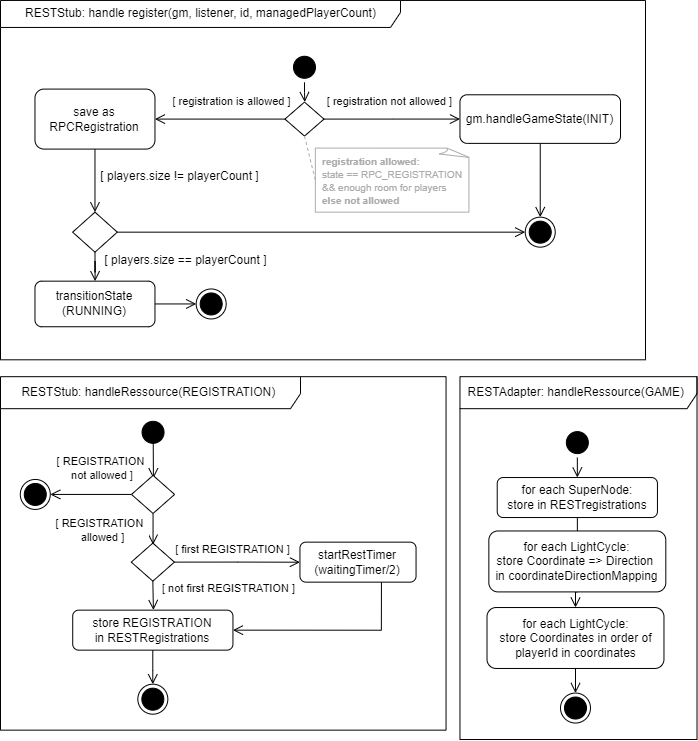
Before: Dokumentation/App/diagrams/laufzeit/rest_activity_1.png, a diagram exported from draw.io (sckoenig/Distributed-Tron). Source tidied: cells renumbered, new cells last; positions are measured from the earlier drawing's top-left corner, leaving out a move shared by most shapes. Its diagram source:
```xml
<mxGraphModel>
  <root>
    <mxCell id="0" />
    <mxCell id="1" parent="0" />
    <mxCell id="2" style="ellipse;html=1;shape=startState;fillColor=#000000;strokeColor=#000000;" parent="1" vertex="1">
      <mxGeometry x="289" y="51.8" width="30" height="30" as="geometry" />
    </mxCell>
    <mxCell id="3" style="edgeStyle=orthogonalEdgeStyle;html=1;verticalAlign=bottom;endArrow=open;endSize=8;strokeColor=#000000;rounded=0;" parent="1" edge="1" source="2">
      <mxGeometry relative="1" as="geometry">
        <mxPoint x="304.3" y="101.6" as="targetPoint" />
      </mxGeometry>
    </mxCell>
    <mxCell id="4" style="edgeStyle=orthogonalEdgeStyle;rounded=0;jettySize=auto;html=1;exitX=0;exitY=0.5;exitDx=0;exitDy=0;exitPerimeter=0;endArrow=open;endFill=0;endSize=8;" parent="1" edge="1" source="6" target="8">
      <mxGeometry relative="1" as="geometry" />
    </mxCell>
    <mxCell id="5" style="edgeStyle=orthogonalEdgeStyle;rounded=0;jettySize=auto;html=1;exitX=1;exitY=0.5;exitDx=0;exitDy=0;exitPerimeter=0;endArrow=open;endFill=0;endSize=8;" parent="1" edge="1" source="6" target="10">
      <mxGeometry relative="1" as="geometry" />
    </mxCell>
    <mxCell id="6" value="&lt;div&gt;&lt;br&gt;&lt;/div&gt;" style="strokeWidth=1;html=1;shape=mxgraph.flowchart.decision;whiteSpace=wrap;" parent="1" vertex="1">
      <mxGeometry x="284.4" y="101.6" width="39.1" height="34" as="geometry" />
    </mxCell>
    <mxCell id="7" style="edgeStyle=orthogonalEdgeStyle;rounded=0;jettySize=auto;html=1;exitX=0.5;exitY=1;exitDx=0;exitDy=0;endArrow=open;endFill=0;endSize=8;entryX=0.5;entryY=0;entryDx=0;entryDy=0;entryPerimeter=0;" parent="1" edge="1" source="8" target="14">
      <mxGeometry relative="1" as="geometry" />
    </mxCell>
    <mxCell id="8" value="save as&lt;br&gt;RPCRegistration" style="rounded=1;whiteSpace=wrap;html=1;" parent="1" vertex="1">
      <mxGeometry x="34.5" y="88.6" width="120" height="60" as="geometry" />
    </mxCell>
    <mxCell id="9" style="edgeStyle=orthogonalEdgeStyle;rounded=0;jettySize=auto;html=1;exitX=0.5;exitY=1;exitDx=0;exitDy=0;entryX=0.5;entryY=0;entryDx=0;entryDy=0;endArrow=open;endFill=0;endSize=8;" parent="1" edge="1" source="10" target="11">
      <mxGeometry relative="1" as="geometry" />
    </mxCell>
    <mxCell id="10" value="gm.handleGameState(INIT)" style="rounded=1;whiteSpace=wrap;html=1;" parent="1" vertex="1">
      <mxGeometry x="459.5" y="94.3" width="160.5" height="48.6" as="geometry" />
    </mxCell>
    <mxCell id="11" style="ellipse;html=1;shape=endState;fillColor=#000000;strokeColor=#000000;" parent="1" vertex="1">
      <mxGeometry x="524.7" y="216.7" width="30" height="30" as="geometry" />
    </mxCell>
    <mxCell id="12" style="edgeStyle=orthogonalEdgeStyle;rounded=0;jettySize=auto;html=1;entryX=0;entryY=0.5;entryDx=0;entryDy=0;strokeColor=#000000;endArrow=open;endFill=0;endSize=8;startArrow=none;exitX=1;exitY=0.5;exitDx=0;exitDy=0;exitPerimeter=0;" parent="1" edge="1" source="14" target="11">
      <mxGeometry relative="1" as="geometry" />
    </mxCell>
    <mxCell id="13" style="edgeStyle=orthogonalEdgeStyle;rounded=0;jettySize=auto;html=1;exitX=0.5;exitY=1;exitDx=0;exitDy=0;exitPerimeter=0;fontSize=12;endArrow=open;endFill=0;endSize=8;" parent="1" edge="1" source="14" target="16">
      <mxGeometry relative="1" as="geometry" />
    </mxCell>
    <mxCell id="14" style="strokeWidth=1;html=1;shape=mxgraph.flowchart.decision;whiteSpace=wrap;" parent="1" vertex="1">
      <mxGeometry x="72.1" y="211.7" width="44.7" height="40" as="geometry" />
    </mxCell>
    <mxCell id="15" style="edgeStyle=orthogonalEdgeStyle;rounded=0;jettySize=auto;html=1;endArrow=open;endFill=0;endSize=8;" parent="1" edge="1" source="16" target="17">
      <mxGeometry relative="1" as="geometry" />
    </mxCell>
    <mxCell id="16" value="transitionState&lt;br&gt;(RUNNING)" style="rounded=1;whiteSpace=wrap;html=1;" parent="1" vertex="1">
      <mxGeometry x="34.5" y="280.7" width="120" height="45.6" as="geometry" />
    </mxCell>
    <mxCell id="17" style="ellipse;html=1;shape=endState;fillColor=#000000;strokeColor=#000000;" parent="1" vertex="1">
      <mxGeometry x="195.7" y="288.5" width="30" height="30" as="geometry" />
    </mxCell>
    <mxCell id="18" value="[ registration not allowed ]" style="edgeLabel;html=1;align=center;verticalAlign=middle;" parent="1" vertex="1">
      <mxGeometry x="374" y="91.6" as="geometry">
        <mxPoint x="14" y="9" as="offset" />
      </mxGeometry>
    </mxCell>
    <mxCell id="19" value="[ registration is allowed ]" style="edgeLabel;html=1;align=center;verticalAlign=middle;" parent="1" vertex="1">
      <mxGeometry x="216" y="91.6" as="geometry">
        <mxPoint x="14" y="9" as="offset" />
      </mxGeometry>
    </mxCell>
    <mxCell id="20" value="&lt;div style=&quot;&quot;&gt;[ players.size != playerCount ]&lt;/div&gt;" style="edgeLabel;html=1;align=center;verticalAlign=middle;fontSize=12;labelBackgroundColor=none;" parent="1" vertex="1">
      <mxGeometry x="184.2" y="136.1" as="geometry">
        <mxPoint x="-6" y="39" as="offset" />
      </mxGeometry>
    </mxCell>
    <mxCell id="21" value="&lt;div style=&quot;&quot;&gt;[ players.size == playerCount ]&lt;/div&gt;" style="edgeLabel;html=1;align=center;verticalAlign=middle;fontSize=12;labelBackgroundColor=none;" parent="1" vertex="1">
      <mxGeometry x="184.2" y="259.7" as="geometry" />
    </mxCell>
    <mxCell id="22" style="edgeStyle=orthogonalEdgeStyle;rounded=0;jettySize=auto;html=1;endArrow=open;endFill=0;endSize=8;entryX=0.5;entryY=0;entryDx=0;entryDy=0;exitX=0.506;exitY=0.845;exitDx=0;exitDy=0;exitPerimeter=0;" parent="1" edge="1" source="27">
      <mxGeometry relative="1" as="geometry">
        <mxPoint x="152.9" y="477.8" as="targetPoint" />
      </mxGeometry>
    </mxCell>
    <mxCell id="23" style="edgeStyle=orthogonalEdgeStyle;rounded=0;jettySize=auto;html=1;exitX=0.5;exitY=1;exitDx=0;exitDy=0;entryX=0.5;entryY=0;entryDx=0;entryDy=0;endArrow=open;endFill=0;endSize=8;" parent="1" edge="1" source="25">
      <mxGeometry relative="1" as="geometry">
        <mxPoint x="152.5" y="544.1" as="targetPoint" />
      </mxGeometry>
    </mxCell>
    <mxCell id="24" style="edgeStyle=orthogonalEdgeStyle;rounded=0;jettySize=auto;html=1;exitX=0;exitY=0.5;exitDx=0;exitDy=0;entryX=1;entryY=0.5;entryDx=0;entryDy=0;endArrow=open;endFill=0;endSize=8;" parent="1" edge="1" source="25" target="26">
      <mxGeometry relative="1" as="geometry" />
    </mxCell>
    <mxCell id="25" style="rhombus;whiteSpace=wrap;html=1;" parent="1" vertex="1">
      <mxGeometry x="131" y="474.9" width="43.1" height="38.1" as="geometry" />
    </mxCell>
    <mxCell id="26" style="ellipse;html=1;shape=endState;fillColor=#000000;strokeColor=#000000;fontSize=11;sketch=0;" parent="1" vertex="1">
      <mxGeometry x="19.8" y="478.9" width="30" height="30" as="geometry" />
    </mxCell>
    <mxCell id="27" style="ellipse;html=1;shape=startState;fillColor=#000000;strokeColor=#000000;" parent="1" vertex="1">
      <mxGeometry x="137.5" y="416.8" width="30" height="30" as="geometry" />
    </mxCell>
    <mxCell id="28" value="RESTStub: handleRessource(REGISTRATION)&amp;nbsp;" style="shape=umlFrame;whiteSpace=wrap;html=1;sketch=0;fillColor=default;width=300;height=32;align=center;" parent="1" vertex="1">
      <mxGeometry y="376.2" width="445.6" height="353.5" as="geometry" />
    </mxCell>
    <mxCell id="29" style="edgeStyle=orthogonalEdgeStyle;rounded=0;jettySize=auto;html=1;endArrow=open;endFill=0;endSize=8;" parent="1" edge="1" source="30">
      <mxGeometry relative="1" as="geometry">
        <mxPoint x="152.3" y="683.7" as="targetPoint" />
      </mxGeometry>
    </mxCell>
    <mxCell id="30" value="store REGISTRATION&lt;br&gt;in RESTRegistrations" style="rounded=1;whiteSpace=wrap;html=1;" parent="1" vertex="1">
      <mxGeometry x="72.2" y="609.7" width="160.2" height="40" as="geometry" />
    </mxCell>
    <mxCell id="31" value="[ REGISTRATION&amp;nbsp;&amp;nbsp;&lt;br&gt;allowed ]" style="edgeLabel;html=1;align=center;verticalAlign=middle;" parent="1" vertex="1">
      <mxGeometry x="101.7" y="529.7" as="geometry" />
    </mxCell>
    <mxCell id="32" value="&lt;span style=&quot;color: rgb(0, 0, 0); font-family: Helvetica; font-size: 11px; font-style: normal; font-variant-ligatures: normal; font-variant-caps: normal; font-weight: 400; letter-spacing: normal; orphans: 2; text-indent: 0px; text-transform: none; widows: 2; word-spacing: 0px; -webkit-text-stroke-width: 0px; background-color: rgb(255, 255, 255); text-decoration-thickness: initial; text-decoration-style: initial; text-decoration-color: initial; float: none; display: inline !important;&quot;&gt;[&amp;nbsp;&lt;span style=&quot;&quot;&gt;REGISTRATION&amp;nbsp;&lt;br&gt;&lt;/span&gt;not allowed ]&lt;/span&gt;" style="text;whiteSpace=wrap;html=1;align=center;" parent="1" vertex="1">
      <mxGeometry x="21.7" y="446.8" width="160" height="40" as="geometry" />
    </mxCell>
    <mxCell id="33" style="edgeStyle=orthogonalEdgeStyle;rounded=0;jettySize=auto;html=1;exitX=0.5;exitY=1;exitDx=0;exitDy=0;entryX=0.5;entryY=0;entryDx=0;entryDy=0;endArrow=open;endFill=0;endSize=8;" parent="1" edge="1" source="34" target="37">
      <mxGeometry relative="1" as="geometry" />
    </mxCell>
    <mxCell id="34" style="ellipse;html=1;shape=startState;fillColor=#000000;strokeColor=#000000;" parent="1" vertex="1">
      <mxGeometry x="561.8" y="427.1" width="30" height="30" as="geometry" />
    </mxCell>
    <mxCell id="35" value="RESTAdapter: handleRessource(GAME)&amp;nbsp;" style="shape=umlFrame;whiteSpace=wrap;html=1;sketch=0;fillColor=default;width=300;height=32;align=center;" parent="1" vertex="1">
      <mxGeometry x="459.5" y="376.2" width="237" height="362.8" as="geometry" />
    </mxCell>
    <mxCell id="36" style="edgeStyle=orthogonalEdgeStyle;rounded=0;jettySize=auto;html=1;endArrow=open;endFill=0;endSize=8;" parent="1" edge="1" source="37" target="39">
      <mxGeometry relative="1" as="geometry" />
    </mxCell>
    <mxCell id="37" value="for each SuperNode:&lt;br&gt;store in RESTregistrations" style="rounded=1;whiteSpace=wrap;html=1;" parent="1" vertex="1">
      <mxGeometry x="496.7" y="477" width="160.2" height="40" as="geometry" />
    </mxCell>
    <mxCell id="38" style="edgeStyle=orthogonalEdgeStyle;rounded=0;jettySize=auto;html=1;exitX=0.5;exitY=1;exitDx=0;exitDy=0;entryX=0.5;entryY=0;entryDx=0;entryDy=0;endArrow=open;endFill=0;endSize=8;" parent="1" edge="1" source="39" target="40">
      <mxGeometry relative="1" as="geometry" />
    </mxCell>
    <mxCell id="39" value="for each LightCycle:&lt;br&gt;store Coordinate =&amp;gt; Direction&amp;nbsp;&lt;br&gt;in coordinateDirectionMapping" style="rounded=1;whiteSpace=wrap;html=1;" parent="1" vertex="1">
      <mxGeometry x="488.3" y="530.5" width="177" height="60.9" as="geometry" />
    </mxCell>
    <mxCell id="40" value="for each LightCycle:&lt;br&gt;store Coordinates in order of playerId in coordinates" style="rounded=1;whiteSpace=wrap;html=1;" parent="1" vertex="1">
      <mxGeometry x="486.5" y="607" width="177" height="60.9" as="geometry" />
    </mxCell>
    <mxCell id="41" style="edgeStyle=orthogonalEdgeStyle;rounded=0;jettySize=auto;html=1;entryX=0.5;entryY=0;entryDx=0;entryDy=0;endArrow=open;endFill=0;endSize=8;" parent="1" edge="1" source="40" target="42">
      <mxGeometry relative="1" as="geometry" />
    </mxCell>
    <mxCell id="42" style="ellipse;html=1;shape=endState;fillColor=#000000;strokeColor=#000000;fontSize=11;sketch=0;" parent="1" vertex="1">
      <mxGeometry x="560" y="692.5" width="30" height="30" as="geometry" />
    </mxCell>
    <mxCell id="43" style="ellipse;html=1;shape=endState;fillColor=#000000;strokeColor=#000000;fontSize=11;sketch=0;" parent="1" vertex="1">
      <mxGeometry x="137.3" y="683.7" width="30" height="30" as="geometry" />
    </mxCell>
    <mxCell id="44" value="&lt;p style=&quot;line-height: 100%;&quot;&gt;&lt;span style=&quot;font-size: 10px;&quot;&gt;&lt;font color=&quot;#ababab&quot;&gt;&lt;b&gt;registration allowed:&lt;/b&gt;&lt;br&gt;state == RPC_REGISTRATION &lt;br&gt;&amp;amp;&amp;amp; enough room for players&lt;br&gt;&lt;/font&gt;&lt;/span&gt;&lt;span style=&quot;color: rgb(171, 171, 171); font-size: 10px; background-color: initial;&quot;&gt;&lt;b&gt;else not allowed&lt;/b&gt;&lt;/span&gt;&lt;/p&gt;" style="whiteSpace=wrap;html=1;shape=mxgraph.basic.document;fillColor=#FFFFFF;align=left;spacingLeft=5;strokeColor=#ABABAB;" parent="1" vertex="1">
      <mxGeometry x="314.9" y="147.6" width="155.1" height="64.1" as="geometry" />
    </mxCell>
    <mxCell id="45" style="endArrow=none;dashed=1;html=1;rounded=0;fontSize=10;endSize=8;entryX=0;entryY=0.5;entryDx=0;entryDy=0;entryPerimeter=0;exitX=0.5;exitY=1;exitDx=0;exitDy=0;exitPerimeter=0;strokeColor=#ABABAB;" parent="1" edge="1" source="6" target="44">
      <mxGeometry relative="1" as="geometry" />
    </mxCell>
    <mxCell id="46" value="RESTStub: handle register(gm, listener, id, managedPlayerCount)" style="shape=umlFrame;whiteSpace=wrap;html=1;sketch=0;fillColor=default;width=400;height=27;" parent="1" vertex="1">
      <mxGeometry width="645" height="359.4" as="geometry" />
    </mxCell>
    <mxCell id="47" style="edgeStyle=orthogonalEdgeStyle;rounded=0;jettySize=auto;html=1;exitX=1;exitY=0.5;exitDx=0;exitDy=0;endArrow=open;endFill=0;endSize=8;" parent="1" edge="1" source="49" target="51">
      <mxGeometry relative="1" as="geometry" />
    </mxCell>
    <mxCell id="48" style="edgeStyle=orthogonalEdgeStyle;rounded=0;jettySize=auto;html=1;exitX=0.5;exitY=1;exitDx=0;exitDy=0;endArrow=open;endFill=0;endSize=8;" parent="1" edge="1" source="49">
      <mxGeometry relative="1" as="geometry">
        <mxPoint x="152.9" y="609.5" as="targetPoint" />
      </mxGeometry>
    </mxCell>
    <mxCell id="49" style="rhombus;whiteSpace=wrap;html=1;" parent="1" vertex="1">
      <mxGeometry x="130.8" y="542.6" width="43.1" height="38.1" as="geometry" />
    </mxCell>
    <mxCell id="50" style="edgeStyle=orthogonalEdgeStyle;rounded=0;jettySize=auto;html=1;endArrow=open;endFill=0;endSize=8;entryX=1;entryY=0.5;entryDx=0;entryDy=0;" parent="1" edge="1" target="30">
      <mxGeometry relative="1" as="geometry">
        <mxPoint x="380.9" y="571.7" as="sourcePoint" />
        <Array as="points">
          <mxPoint x="380.5" y="629.7" />
        </Array>
      </mxGeometry>
    </mxCell>
    <mxCell id="51" value="startRestTimer&lt;br&gt;(waitingTimer/2)" style="rounded=1;whiteSpace=wrap;html=1;" parent="1" vertex="1">
      <mxGeometry x="299.5" y="541.7" width="116.1" height="40" as="geometry" />
    </mxCell>
    <mxCell id="52" value="[ first REGISTRATION ]" style="edgeLabel;html=1;align=center;verticalAlign=middle;" parent="1" vertex="1">
      <mxGeometry x="205.4" y="542.6" as="geometry">
        <mxPoint x="26" y="6" as="offset" />
      </mxGeometry>
    </mxCell>
    <mxCell id="53" value="[ not first REGISTRATION ]" style="edgeLabel;html=1;align=center;verticalAlign=middle;" parent="1" vertex="1">
      <mxGeometry x="201" y="581.7" as="geometry">
        <mxPoint x="26" y="6" as="offset" />
      </mxGeometry>
    </mxCell>
  </root>
</mxGraphModel>
```
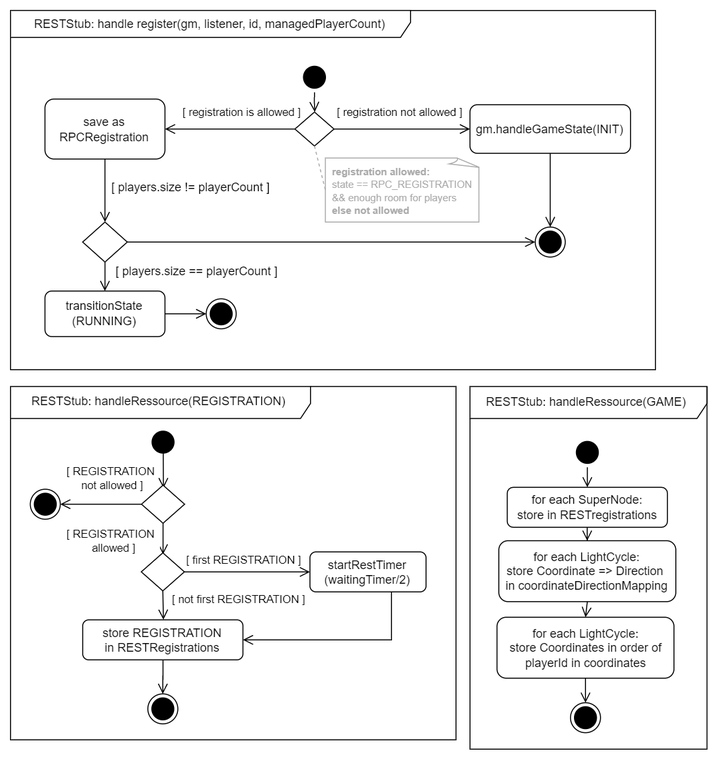
Above is the later version.

Diff of the diagram source:
```diff
@@ -115,7 +115,7 @@
     <mxCell id="34" style="ellipse;html=1;shape=startState;fillColor=#000000;strokeColor=#000000;" parent="1" vertex="1">
       <mxGeometry x="561.8" y="427.1" width="30" height="30" as="geometry" />
     </mxCell>
-    <mxCell id="35" value="RESTAdapter: handleRessource(GAME)&amp;nbsp;" style="shape=umlFrame;whiteSpace=wrap;html=1;sketch=0;fillColor=default;width=300;height=32;align=center;" parent="1" vertex="1">
+    <mxCell id="35" value="RESTStub: handleRessource(GAME)&amp;nbsp;" style="shape=umlFrame;whiteSpace=wrap;html=1;sketch=0;fillColor=default;width=300;height=32;align=center;" parent="1" vertex="1">
       <mxGeometry x="459.5" y="376.2" width="237" height="362.8" as="geometry" />
     </mxCell>
     <mxCell id="36" style="edgeStyle=orthogonalEdgeStyle;rounded=0;jettySize=auto;html=1;endArrow=open;endFill=0;endSize=8;" parent="1" edge="1" source="37" target="39">
@@ -164,7 +164,7 @@
     </mxCell>
     <mxCell id="50" style="edgeStyle=orthogonalEdgeStyle;rounded=0;jettySize=auto;html=1;endArrow=open;endFill=0;endSize=8;entryX=1;entryY=0.5;entryDx=0;entryDy=0;" parent="1" edge="1" target="30">
       <mxGeometry relative="1" as="geometry">
-        <mxPoint x="380.9" y="571.7" as="sourcePoint" />
+        <mxPoint x="380.9" y="571.6" as="sourcePoint" />
         <Array as="points">
           <mxPoint x="380.5" y="629.7" />
         </Array>
```
